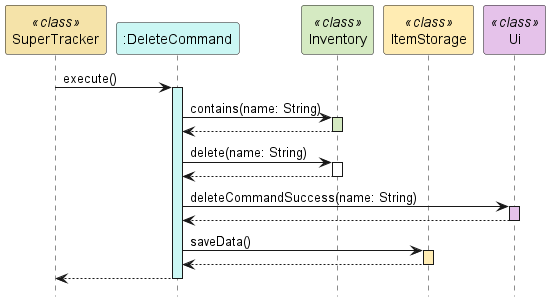
rismm/tp keeps this PlantUML diagram as docs/uml-diagrams/DeleteCommandSequence.png. Above is the earlier version.
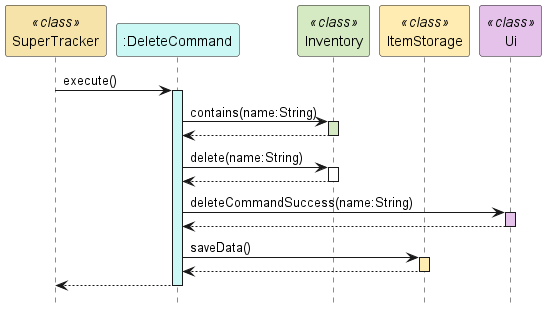
After the commit.

Change to the diagram source:
```diff
@@ -9,17 +9,17 @@
 SuperTracker -> DeleteCommand : execute()
 activate DeleteCommand #cbf7f4
 
-DeleteCommand -> Inventory : contains(name: String)
+DeleteCommand -> Inventory : contains(name:String)
 activate Inventory #d5eac2
 Inventory --> DeleteCommand :
 deactivate Inventory
 
-DeleteCommand -> Inventory : delete(name: String)
+DeleteCommand -> Inventory : delete(name:String)
 activate Inventory
 Inventory --> DeleteCommand
 deactivate Inventory
 
-DeleteCommand -> Ui : deleteCommandSuccess(name: String)
+DeleteCommand -> Ui : deleteCommandSuccess(name:String)
 activate Ui #e5c2ea
 Ui --> DeleteCommand
 deactivate Ui
```
